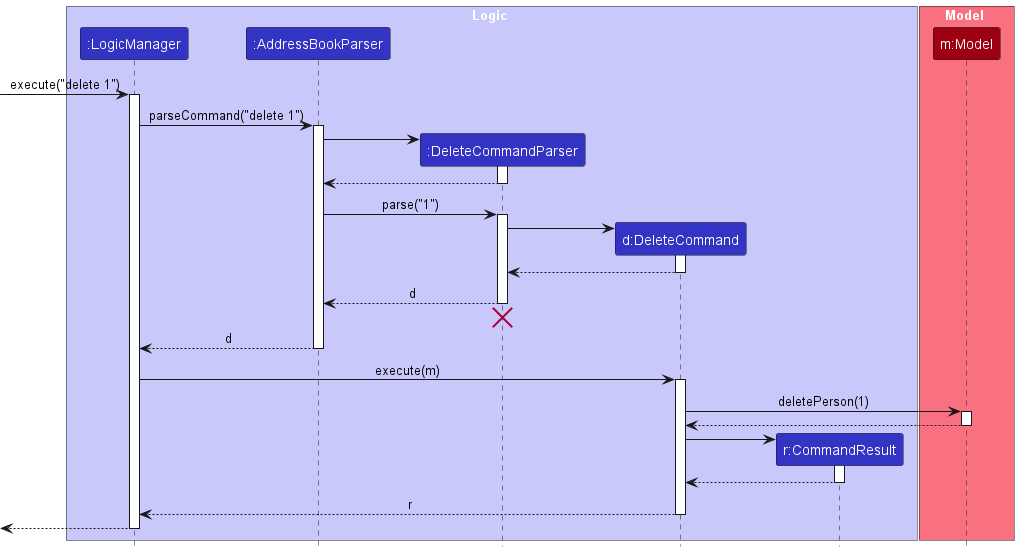
nus-cs2103-AY2324S2/tp keeps this PlantUML diagram as docs/images/DeleteSequenceDiagram.png. Above is the earlier version.
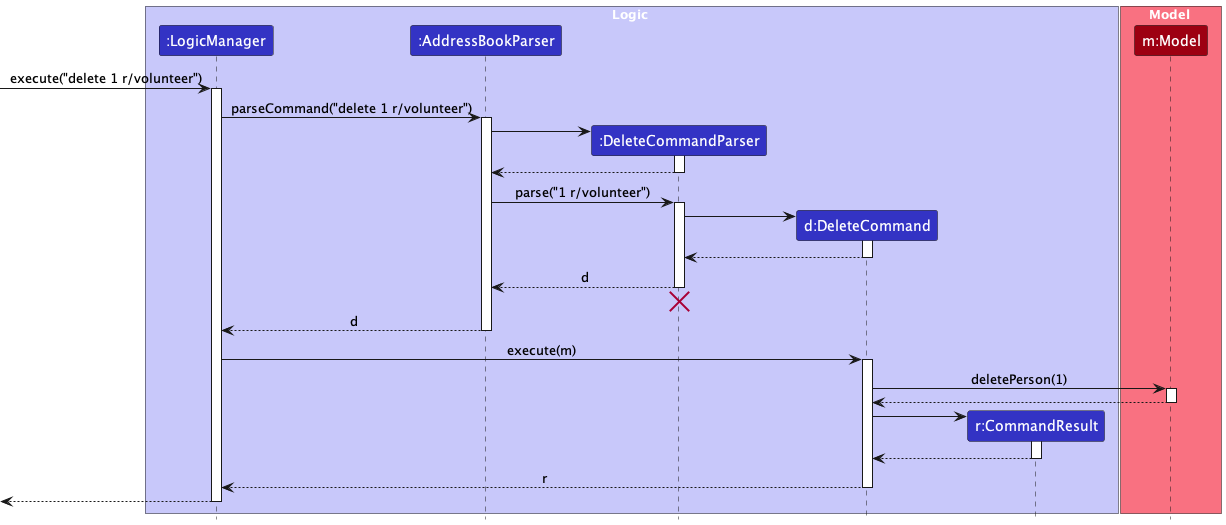
After the change.

Change to the diagram source:
```diff
@@ -14,10 +14,10 @@
 participant "m:Model" as Model MODEL_COLOR
 end box
 
-[-> LogicManager : execute("delete 1")
+[-> LogicManager : execute("delete 1 r/volunteer")
 activate LogicManager
 
-LogicManager -> AddressBookParser : parseCommand("delete 1")
+LogicManager -> AddressBookParser : parseCommand("delete 1 r/volunteer")
 activate AddressBookParser
 
 create DeleteCommandParser
@@ -27,7 +27,7 @@
 DeleteCommandParser --> AddressBookParser
 deactivate DeleteCommandParser
 
-AddressBookParser -> DeleteCommandParser : parse("1")
+AddressBookParser -> DeleteCommandParser : parse("1 r/volunteer")
 activate DeleteCommandParser
 
 create DeleteCommand
```
